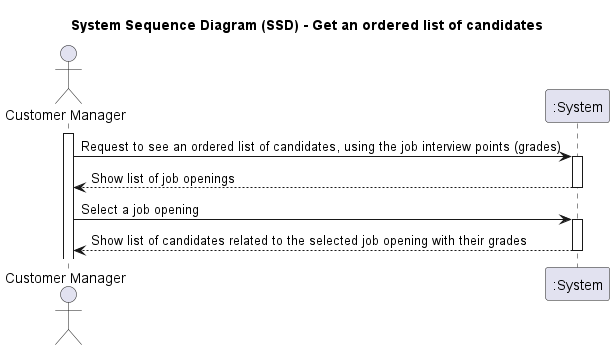
This is docs/sprintC/1019/svg/1019-system-sequence-diagram-System_Sequence_Diagram__SSD____Get_an_ordered_list_of_candidates.png from marcoferreira37/Lapr4, a PlantUML export, as it was before one commit.
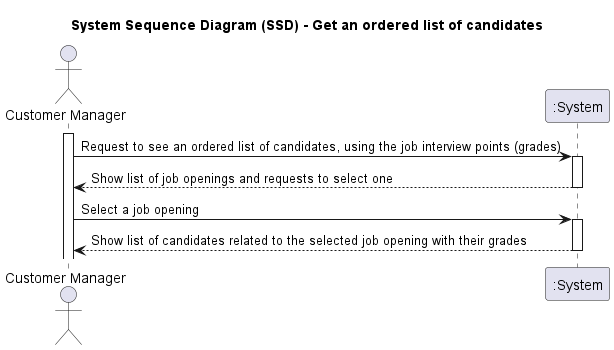
After the change.

Change to the diagram source:
```diff
@@ -11,7 +11,7 @@
 
 activate System
 
-System --> Agent: Show list of job openings
+System --> Agent: Show list of job openings and requests to select one
 deactivate
 
 Agent -> System : Select a job opening
```
